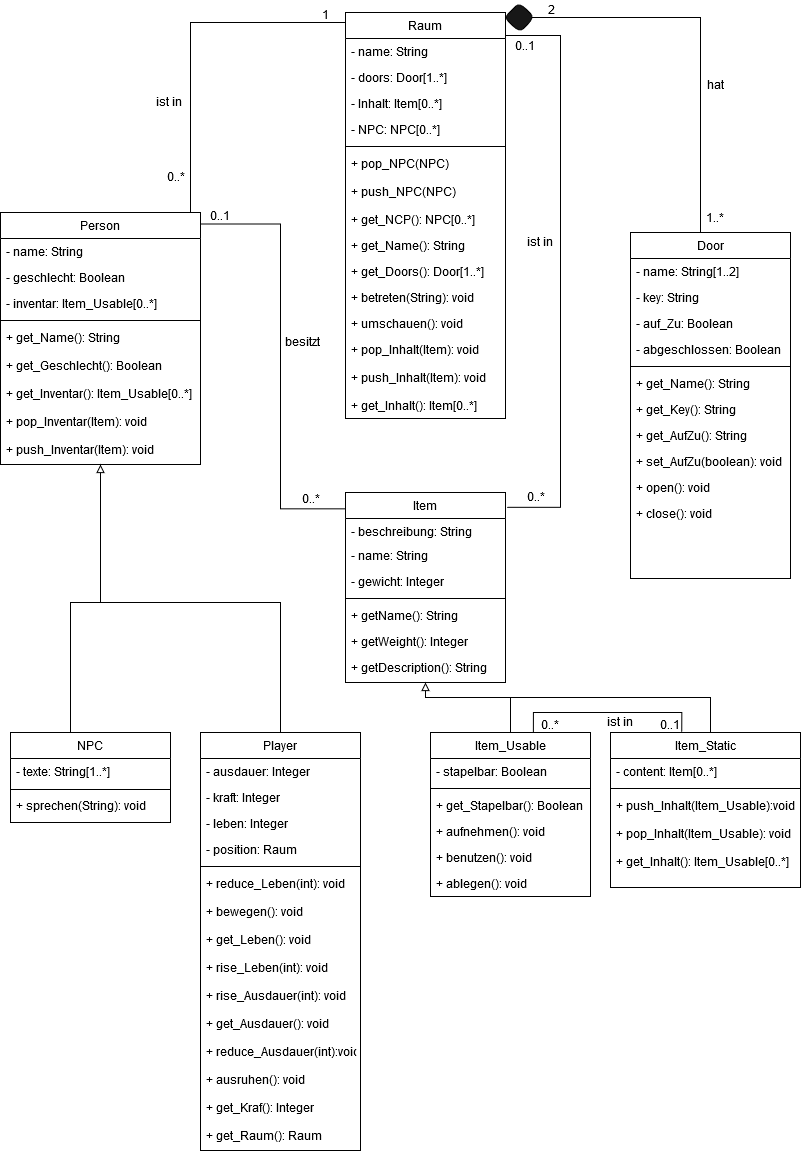
Elegond/AE-Text-Adventure keeps this draw.io diagram as Klassendiagram.png. Above is the earlier version. Source tidied: cells renumbered, new cells last; positions are measured from the earlier drawing's top-left corner, leaving out a move shared by most shapes.
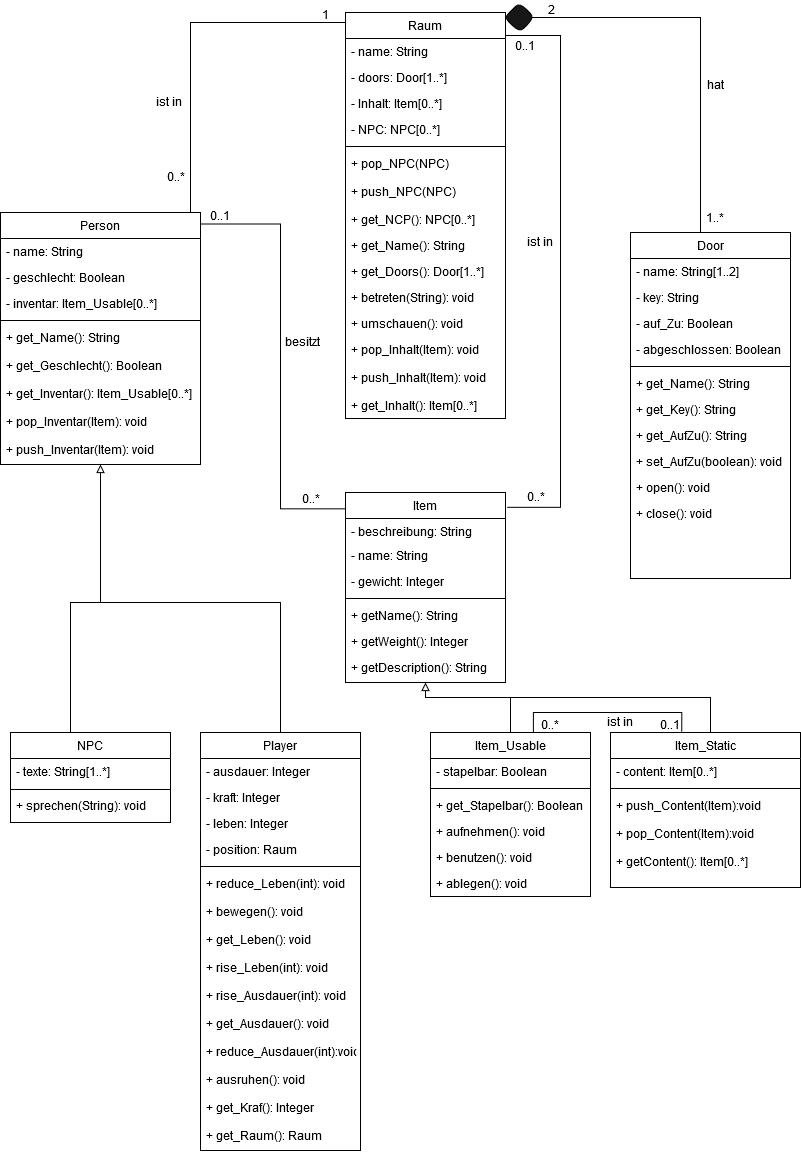
After the commit.

Diff of the diagram source:
```diff
@@ -148,13 +148,13 @@
     <mxCell id="42" style="line;html=1;strokeWidth=1;align=left;verticalAlign=middle;spacingTop=-1;spacingLeft=3;spacingRight=3;labelPosition=right;" parent="40" vertex="1">
       <mxGeometry y="52" width="190" height="8" as="geometry" />
     </mxCell>
-    <mxCell id="43" value="+ push_Inhalt(Item_Usable):void" style="text;align=left;verticalAlign=top;spacingLeft=4;spacingRight=4;overflow=hidden;" parent="40" vertex="1">
+    <mxCell id="43" value="+ push_Content(Item):void" style="text;align=left;verticalAlign=top;spacingLeft=4;spacingRight=4;overflow=hidden;" parent="40" vertex="1">
       <mxGeometry y="60" width="190" height="28" as="geometry" />
     </mxCell>
-    <mxCell id="44" value="+ pop_Inhalt(Item_Usable): void" style="text;align=left;verticalAlign=top;spacingLeft=4;spacingRight=4;overflow=hidden;" parent="40" vertex="1">
+    <mxCell id="44" value="+ pop_Content(Item):void" style="text;align=left;verticalAlign=top;spacingLeft=4;spacingRight=4;overflow=hidden;" parent="40" vertex="1">
       <mxGeometry y="88" width="190" height="28" as="geometry" />
     </mxCell>
-    <mxCell id="45" value="+ get_Inhalt(): Item_Usable[0..*]" style="text;align=left;verticalAlign=top;spacingLeft=4;spacingRight=4;overflow=hidden;" parent="40" vertex="1">
+    <mxCell id="45" value="+ getContent(): Item[0..*]" style="text;align=left;verticalAlign=top;spacingLeft=4;spacingRight=4;overflow=hidden;" parent="40" vertex="1">
       <mxGeometry y="116" width="190" height="28" as="geometry" />
     </mxCell>
     <mxCell id="46" style="edgeStyle=orthogonalEdgeStyle;rounded=0;jettySize=auto;html=1;exitX=0.5;exitY=0;exitDx=0;exitDy=0;entryX=0.5;entryY=1;entryDx=0;entryDy=0;endArrow=block;endFill=0;" parent="1" edge="1" source="47" target="30">
```
